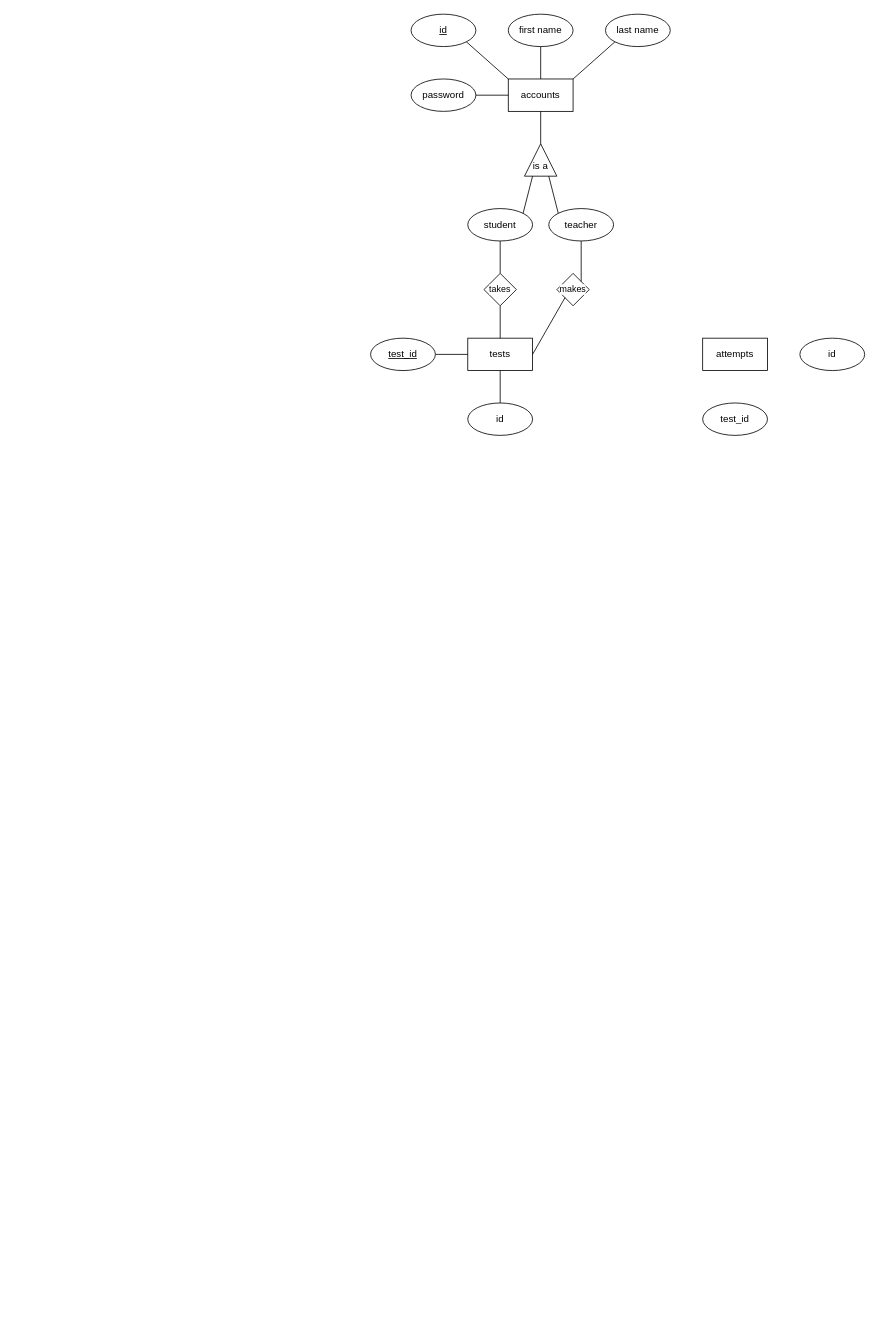
emott13/CSET160-Final-Project keeps this draw.io diagram as diagrams/ERD.drawio. Above is the earlier version. Source tidied: cells renumbered, new cells numbered last; positions are measured from the earlier drawing's top-left corner, leaving out a move shared by most shapes. Both pictures are drawn from the tidied source at 81%, with x=0, y=0 at pixel (370, 14).
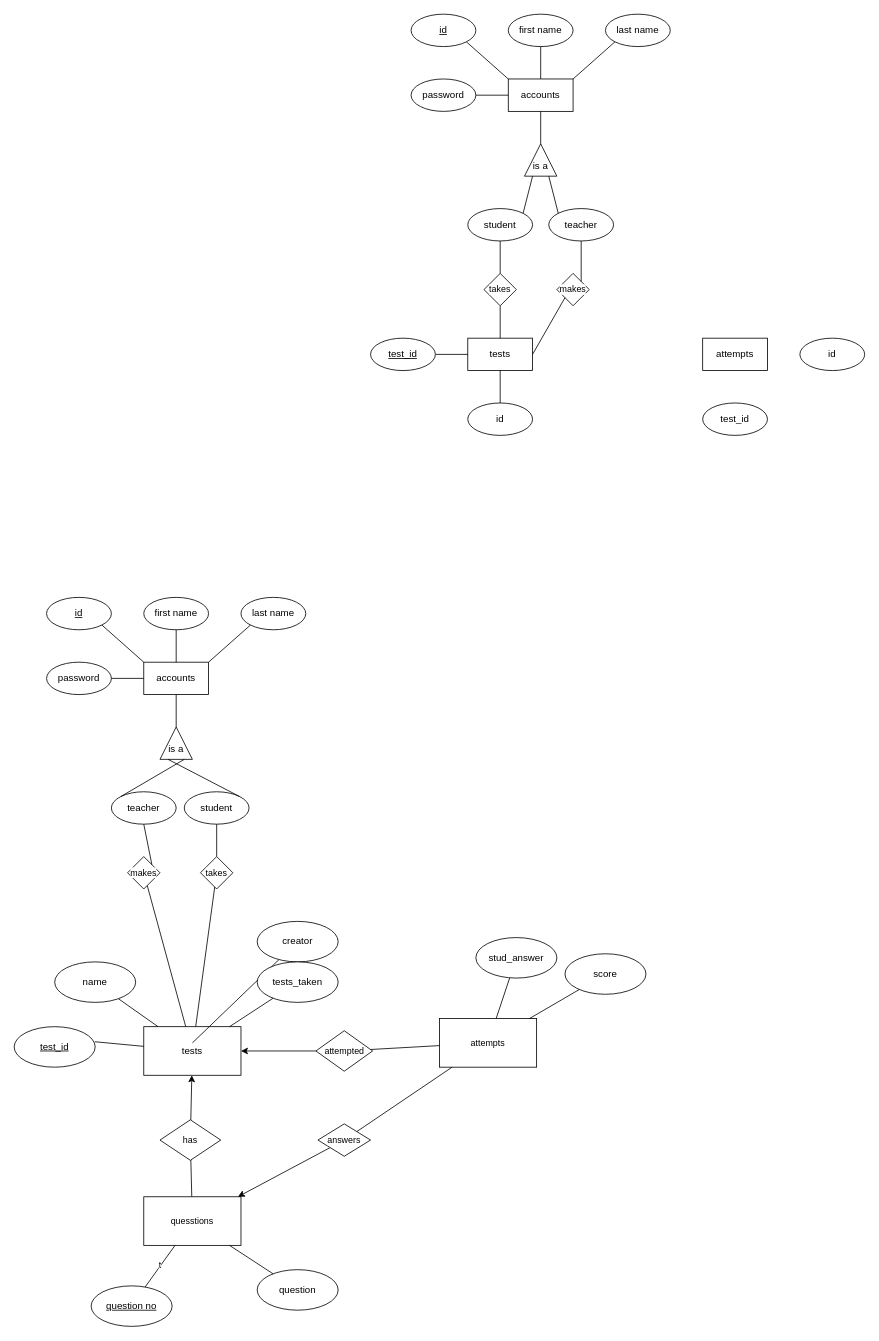
The same diagram, later.

What changed in the source:
```diff
@@
+    <mxCell id="31" value="tests" style="rounded=0;whiteSpace=wrap;html=1;" parent="1" vertex="1">
+      <mxGeometry x="-280" y="1250" width="120" height="60" as="geometry" />
+    </mxCell>
+    <mxCell id="32" style="edgeStyle=none;html=1;endArrow=none;endFill=0;" parent="1" edge="1" target="31">
+      <mxGeometry relative="1" as="geometry">
+        <mxPoint x="-340.5" y="1268.6" as="sourcePoint" />
+      </mxGeometry>
+    </mxCell>
+    <mxCell id="33" value="&lt;u&gt;test_id&lt;/u&gt;" style="ellipse;whiteSpace=wrap;html=1;" parent="1" vertex="1">
+      <mxGeometry x="-440" y="1250" width="100" height="50" as="geometry" />
+    </mxCell>
+    <mxCell id="34" style="edgeStyle=none;shape=connector;rounded=1;html=1;strokeColor=default;align=center;verticalAlign=middle;fontFamily=Helvetica;fontSize=11;fontColor=default;labelBackgroundColor=default;endArrow=none;endFill=0;" parent="1" edge="1" source="35" target="31">
+      <mxGeometry relative="1" as="geometry" />
+    </mxCell>
+    <mxCell id="35" value="name" style="ellipse;whiteSpace=wrap;html=1;" parent="1" vertex="1">
+      <mxGeometry x="-390" y="1170" width="100" height="50" as="geometry" />
+    </mxCell>
+    <mxCell id="36" style="edgeStyle=none;shape=connector;rounded=1;html=1;strokeColor=default;align=center;verticalAlign=middle;fontFamily=Helvetica;fontSize=11;fontColor=default;labelBackgroundColor=default;endArrow=none;endFill=0;" parent="1" edge="1" source="37">
+      <mxGeometry relative="1" as="geometry">
+        <mxPoint x="-220" y="1270" as="targetPoint" />
+      </mxGeometry>
+    </mxCell>
+    <mxCell id="37" value="creator" style="ellipse;whiteSpace=wrap;html=1;" parent="1" vertex="1">
+      <mxGeometry x="-140" y="1120" width="100" height="50" as="geometry" />
+    </mxCell>
+    <mxCell id="38" style="edgeStyle=none;shape=connector;rounded=1;html=1;strokeColor=default;align=center;verticalAlign=middle;fontFamily=Helvetica;fontSize=11;fontColor=default;labelBackgroundColor=default;endArrow=none;endFill=0;" parent="1" edge="1" source="39" target="31">
+      <mxGeometry relative="1" as="geometry" />
+    </mxCell>
+    <mxCell id="39" value="tests_taken" style="ellipse;whiteSpace=wrap;html=1;" parent="1" vertex="1">
+      <mxGeometry x="-140" y="1170" width="100" height="50" as="geometry" />
+    </mxCell>
+    <mxCell id="40" style="edgeStyle=none;shape=connector;rounded=1;html=1;strokeColor=default;align=center;verticalAlign=middle;fontFamily=Helvetica;fontSize=11;fontColor=default;labelBackgroundColor=default;endArrow=classic;endFill=1;" parent="1" edge="1" source="42" target="31">
+      <mxGeometry relative="1" as="geometry" />
+    </mxCell>
+    <mxCell id="41" style="edgeStyle=none;shape=connector;rounded=1;html=1;strokeColor=default;align=center;verticalAlign=middle;fontFamily=Helvetica;fontSize=11;fontColor=default;labelBackgroundColor=default;endArrow=none;endFill=0;" parent="1" edge="1" source="42" target="43">
+      <mxGeometry relative="1" as="geometry" />
+    </mxCell>
+    <mxCell id="42" value="has" style="rhombus;whiteSpace=wrap;html=1;fontFamily=Helvetica;fontSize=11;fontColor=default;labelBackgroundColor=default;" parent="1" vertex="1">
+      <mxGeometry x="-260" y="1365" width="75" height="50" as="geometry" />
+    </mxCell>
+    <mxCell id="43" value="quesstions" style="rounded=0;whiteSpace=wrap;html=1;fontFamily=Helvetica;fontSize=11;fontColor=default;labelBackgroundColor=default;" parent="1" vertex="1">
+      <mxGeometry x="-280" y="1460" width="120" height="60" as="geometry" />
+    </mxCell>
+    <mxCell id="44" style="edgeStyle=none;shape=connector;rounded=1;html=1;strokeColor=default;align=center;verticalAlign=middle;fontFamily=Helvetica;fontSize=11;fontColor=default;labelBackgroundColor=default;endArrow=none;endFill=0;" parent="1" edge="1" source="45" target="43">
+      <mxGeometry relative="1" as="geometry" />
+    </mxCell>
+    <mxCell id="45" value="question" style="ellipse;whiteSpace=wrap;html=1;" parent="1" vertex="1">
+      <mxGeometry x="-140" y="1550" width="100" height="50" as="geometry" />
+    </mxCell>
+    <mxCell id="46" value="t" style="edgeStyle=none;shape=connector;rounded=1;html=1;strokeColor=default;align=center;verticalAlign=middle;fontFamily=Helvetica;fontSize=11;fontColor=default;labelBackgroundColor=default;endArrow=none;endFill=0;" parent="1" edge="1" source="47" target="43">
+      <mxGeometry relative="1" as="geometry" />
+    </mxCell>
+    <mxCell id="47" value="&lt;u&gt;question no&lt;/u&gt;" style="ellipse;whiteSpace=wrap;html=1;" parent="1" vertex="1">
+      <mxGeometry x="-345" y="1570" width="100" height="50" as="geometry" />
+    </mxCell>
+    <mxCell id="48" value="attempts" style="rounded=0;whiteSpace=wrap;html=1;fontFamily=Helvetica;fontSize=11;fontColor=default;labelBackgroundColor=default;" parent="1" vertex="1">
+      <mxGeometry x="85" y="1240" width="120" height="60" as="geometry" />
+    </mxCell>
+    <mxCell id="49" style="edgeStyle=none;shape=connector;rounded=1;html=1;strokeColor=default;align=center;verticalAlign=middle;fontFamily=Helvetica;fontSize=11;fontColor=default;labelBackgroundColor=default;endArrow=none;endFill=0;" parent="1" edge="1" source="51" target="48">
+      <mxGeometry relative="1" as="geometry" />
+    </mxCell>
+    <mxCell id="50" style="edgeStyle=none;shape=connector;rounded=1;html=1;strokeColor=default;align=center;verticalAlign=middle;fontFamily=Helvetica;fontSize=11;fontColor=default;labelBackgroundColor=default;endArrow=classic;endFill=1;" parent="1" edge="1" source="51" target="31">
+      <mxGeometry relative="1" as="geometry" />
+    </mxCell>
+    <mxCell id="51" value="attempted" style="rhombus;whiteSpace=wrap;html=1;fontFamily=Helvetica;fontSize=11;fontColor=default;labelBackgroundColor=default;" parent="1" vertex="1">
+      <mxGeometry x="-67.5" y="1255" width="70" height="50" as="geometry" />
+    </mxCell>
+    <mxCell id="52" style="edgeStyle=none;shape=connector;rounded=1;html=1;strokeColor=default;align=center;verticalAlign=middle;fontFamily=Helvetica;fontSize=11;fontColor=default;labelBackgroundColor=default;endArrow=none;endFill=0;" parent="1" edge="1" source="53" target="48">
+      <mxGeometry relative="1" as="geometry" />
+    </mxCell>
+    <mxCell id="53" value="score" style="ellipse;whiteSpace=wrap;html=1;" parent="1" vertex="1">
+      <mxGeometry x="240" y="1160" width="100" height="50" as="geometry" />
+    </mxCell>
+    <mxCell id="54" style="edgeStyle=none;shape=connector;rounded=1;html=1;strokeColor=default;align=center;verticalAlign=middle;fontFamily=Helvetica;fontSize=11;fontColor=default;labelBackgroundColor=default;endArrow=none;endFill=0;" parent="1" edge="1" source="56" target="48">
+      <mxGeometry relative="1" as="geometry" />
+    </mxCell>
+    <mxCell id="55" style="edgeStyle=none;shape=connector;rounded=1;html=1;strokeColor=default;align=center;verticalAlign=middle;fontFamily=Helvetica;fontSize=11;fontColor=default;labelBackgroundColor=default;endArrow=classic;endFill=1;" parent="1" edge="1" source="56" target="43">
+      <mxGeometry relative="1" as="geometry" />
+    </mxCell>
+    <mxCell id="56" value="answers" style="rhombus;whiteSpace=wrap;html=1;fontFamily=Helvetica;fontSize=11;fontColor=default;labelBackgroundColor=default;" parent="1" vertex="1">
+      <mxGeometry x="-65" y="1370" width="65" height="40" as="geometry" />
+    </mxCell>
+    <mxCell id="57" value="accounts" style="rounded=0;whiteSpace=wrap;html=1;" parent="1" vertex="1">
+      <mxGeometry x="-280" y="800" width="80" height="40" as="geometry" />
+    </mxCell>
+    <mxCell id="58" value="&lt;u&gt;id&lt;/u&gt;" style="ellipse;whiteSpace=wrap;html=1;" parent="1" vertex="1">
+      <mxGeometry x="-400" y="720" width="80" height="40" as="geometry" />
+    </mxCell>
+    <mxCell id="59" value="first name" style="ellipse;whiteSpace=wrap;html=1;" parent="1" vertex="1">
+      <mxGeometry x="-280" y="720" width="80" height="40" as="geometry" />
+    </mxCell>
+    <mxCell id="60" value="last name" style="ellipse;whiteSpace=wrap;html=1;" parent="1" vertex="1">
+      <mxGeometry x="-160" y="720" width="80" height="40" as="geometry" />
+    </mxCell>
+    <mxCell id="61" value="password" style="ellipse;whiteSpace=wrap;html=1;" parent="1" vertex="1">
+      <mxGeometry x="-400" y="800" width="80" height="40" as="geometry" />
+    </mxCell>
+    <mxCell id="62" style="endArrow=none;html=1;rounded=0;exitX=1;exitY=0.5;exitDx=0;exitDy=0;entryX=0;entryY=0.5;entryDx=0;entryDy=0;" parent="1" edge="1" source="61" target="57">
+      <mxGeometry relative="1" as="geometry" />
+    </mxCell>
+    <mxCell id="63" style="endArrow=none;html=1;rounded=0;entryX=0.5;entryY=1;entryDx=0;entryDy=0;" parent="1" edge="1" target="57">
+      <mxGeometry relative="1" as="geometry">
+        <mxPoint x="-240" y="880" as="sourcePoint" />
+      </mxGeometry>
+    </mxCell>
+    <mxCell id="64" style="endArrow=none;html=1;rounded=0;entryX=1;entryY=1;entryDx=0;entryDy=0;exitX=0;exitY=0;exitDx=0;exitDy=0;" parent="1" edge="1" source="57" target="58">
+      <mxGeometry relative="1" as="geometry" />
+    </mxCell>
+    <mxCell id="65" style="endArrow=none;html=1;rounded=0;entryX=0.5;entryY=1;entryDx=0;entryDy=0;" parent="1" edge="1" source="57" target="59">
+      <mxGeometry relative="1" as="geometry" />
+    </mxCell>
+    <mxCell id="66" style="endArrow=none;html=1;rounded=0;entryX=0;entryY=1;entryDx=0;entryDy=0;exitX=1;exitY=0;exitDx=0;exitDy=0;" parent="1" edge="1" source="57" target="60">
+      <mxGeometry relative="1" as="geometry" />
+    </mxCell>
+    <mxCell id="67" value="&lt;div&gt;&lt;br&gt;&lt;/div&gt;is a" style="triangle;whiteSpace=wrap;html=1;direction=north;" parent="1" vertex="1">
+      <mxGeometry x="-260" y="880" width="40" height="40" as="geometry" />
+    </mxCell>
+    <mxCell id="68" value="student" style="ellipse;whiteSpace=wrap;html=1;" parent="1" vertex="1">
+      <mxGeometry x="-230" y="960" width="80" height="40" as="geometry" />
+    </mxCell>
+    <mxCell id="69" value="teacher" style="ellipse;whiteSpace=wrap;html=1;" parent="1" vertex="1">
+      <mxGeometry x="-320" y="960" width="80" height="40" as="geometry" />
+    </mxCell>
+    <mxCell id="70" style="endArrow=none;html=1;rounded=0;entryX=0;entryY=0.25;entryDx=0;entryDy=0;exitX=1;exitY=0;exitDx=0;exitDy=0;" parent="1" edge="1" source="68" target="67">
+      <mxGeometry relative="1" as="geometry" />
+    </mxCell>
+    <mxCell id="71" style="endArrow=none;html=1;rounded=0;entryX=0;entryY=0.75;entryDx=0;entryDy=0;exitX=0;exitY=0;exitDx=0;exitDy=0;" parent="1" edge="1" source="69" target="67">
+      <mxGeometry relative="1" as="geometry" />
+    </mxCell>
+    <mxCell id="72" style="edgeStyle=orthogonalEdgeStyle;shape=connector;rounded=0;jettySize=auto;html=1;exitX=0.5;exitY=0;exitDx=0;exitDy=0;entryX=0.5;entryY=1;entryDx=0;entryDy=0;strokeColor=default;align=center;verticalAlign=middle;fontFamily=Helvetica;fontSize=11;fontColor=default;labelBackgroundColor=default;startFill=0;endArrow=none;" parent="1" edge="1" source="74" target="68">
+      <mxGeometry relative="1" as="geometry" />
+    </mxCell>
+    <mxCell id="73" style="edgeStyle=none;shape=connector;rounded=1;html=1;strokeColor=default;align=center;verticalAlign=middle;fontFamily=Helvetica;fontSize=11;fontColor=default;labelBackgroundColor=default;endArrow=none;endFill=0;" parent="1" edge="1" source="74" target="31">
+      <mxGeometry relative="1" as="geometry" />
+    </mxCell>
+    <mxCell id="74" value="takes" style="rhombus;whiteSpace=wrap;html=1;fontFamily=Helvetica;fontSize=11;fontColor=default;labelBackgroundColor=default;" parent="1" vertex="1">
+      <mxGeometry x="-210" y="1040" width="40" height="40" as="geometry" />
+    </mxCell>
+    <mxCell id="75" style="edgeStyle=none;shape=connector;rounded=1;html=1;strokeColor=default;align=center;verticalAlign=middle;fontFamily=Helvetica;fontSize=11;fontColor=default;labelBackgroundColor=default;endArrow=none;endFill=0;" parent="1" edge="1" source="76" target="31">
+      <mxGeometry relative="1" as="geometry" />
+    </mxCell>
+    <mxCell id="76" value="makes" style="rhombus;whiteSpace=wrap;html=1;fontFamily=Helvetica;fontSize=11;fontColor=default;labelBackgroundColor=default;" parent="1" vertex="1">
+      <mxGeometry x="-300" y="1040" width="40" height="40" as="geometry" />
+    </mxCell>
+    <mxCell id="77" style="endArrow=none;html=1;rounded=0;strokeColor=default;align=center;verticalAlign=middle;fontFamily=Helvetica;fontSize=11;fontColor=default;labelBackgroundColor=default;entryX=0.5;entryY=1;entryDx=0;entryDy=0;exitX=1;exitY=0;exitDx=0;exitDy=0;" parent="1" edge="1" source="76" target="69">
+      <mxGeometry relative="1" as="geometry" />
+    </mxCell>
+    <mxCell id="78" style="edgeStyle=none;shape=connector;rounded=1;html=1;strokeColor=default;align=center;verticalAlign=middle;fontFamily=Helvetica;fontSize=11;fontColor=default;labelBackgroundColor=default;endArrow=none;endFill=0;" parent="1" edge="1" source="79" target="48">
+      <mxGeometry relative="1" as="geometry" />
+    </mxCell>
+    <mxCell id="79" value="stud_answer" style="ellipse;whiteSpace=wrap;html=1;" parent="1" vertex="1">
+      <mxGeometry x="130" y="1140" width="100" height="50" as="geometry" />
+    </mxCell>
```
